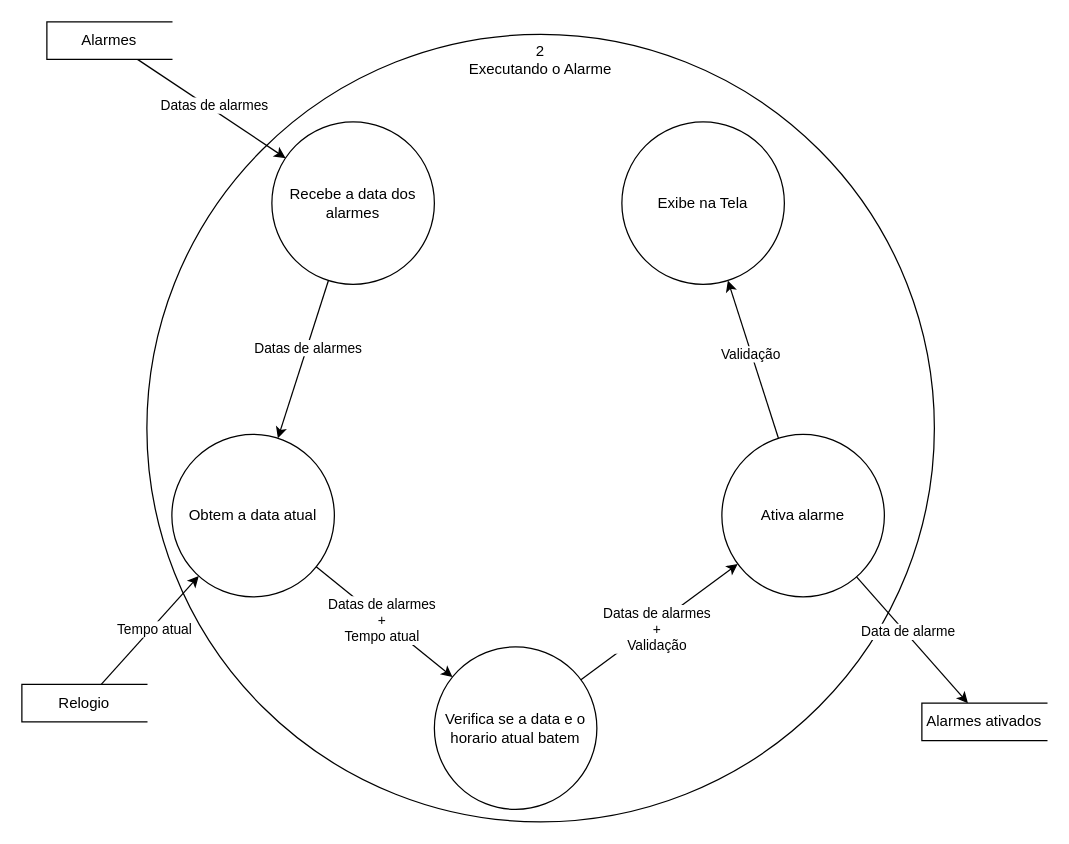
Nebul0Ok/SeuPaulo keeps this draw.io diagram as page "Executando o alarme" (2 of 4) of documentacao/Diagramas/Diagrama Sistema.drawio. Above is the earlier version. Source tidied: cells renumbered, new cells numbered last; positions are measured from the earlier drawing's top-left corner, leaving out a move shared by most shapes. Both pictures are drawn from the tidied source at 125%, with x=0, y=0 at pixel (21, 21).
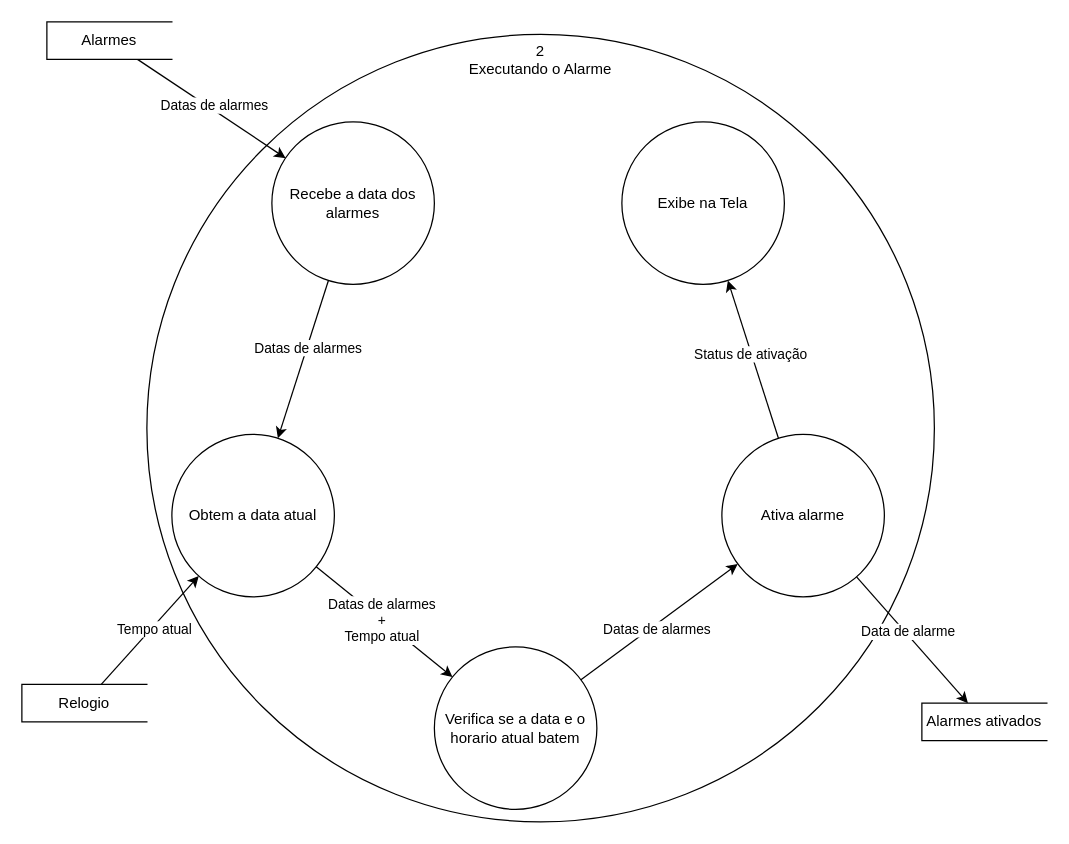
The same page after the edit.

Unchanged cells that the change refers to:
```xml
<mxCell id="9" style="edgeStyle=none;rounded=0;jettySize=auto;html=1;" parent="1" edge="1" source="11" target="17">
  <mxGeometry relative="1" as="geometry" />
</mxCell>
<mxCell id="23" style="endArrow=classic;html=1;rounded=0;" parent="1" edge="1" source="17" target="22">
  <mxGeometry relative="1" as="geometry" />
</mxCell>
```

What changed in the source:
```diff
@@
-    <mxCell id="10" value="Datas de alarmes&lt;div&gt;+&lt;/div&gt;&lt;div&gt;Validação&lt;/div&gt;" style="edgeLabel;html=1;align=center;verticalAlign=middle;" parent="9" vertex="1">
+    <mxCell id="10" value="Datas de alarmes" style="edgeLabel;html=1;align=center;verticalAlign=middle;" parent="9" vertex="1">
       <mxGeometry x="-0.07" y="-3" relative="1" as="geometry" />
     </mxCell>
@@
-    <mxCell id="24" value="Validação" style="edgeLabel;html=1;align=center;verticalAlign=middle;" parent="23" vertex="1">
+    <mxCell id="24" value="Status de ativação" style="edgeLabel;html=1;align=center;verticalAlign=middle;" parent="23" vertex="1">
       <mxGeometry x="0.07" y="1" relative="1" as="geometry" />
     </mxCell>
```
